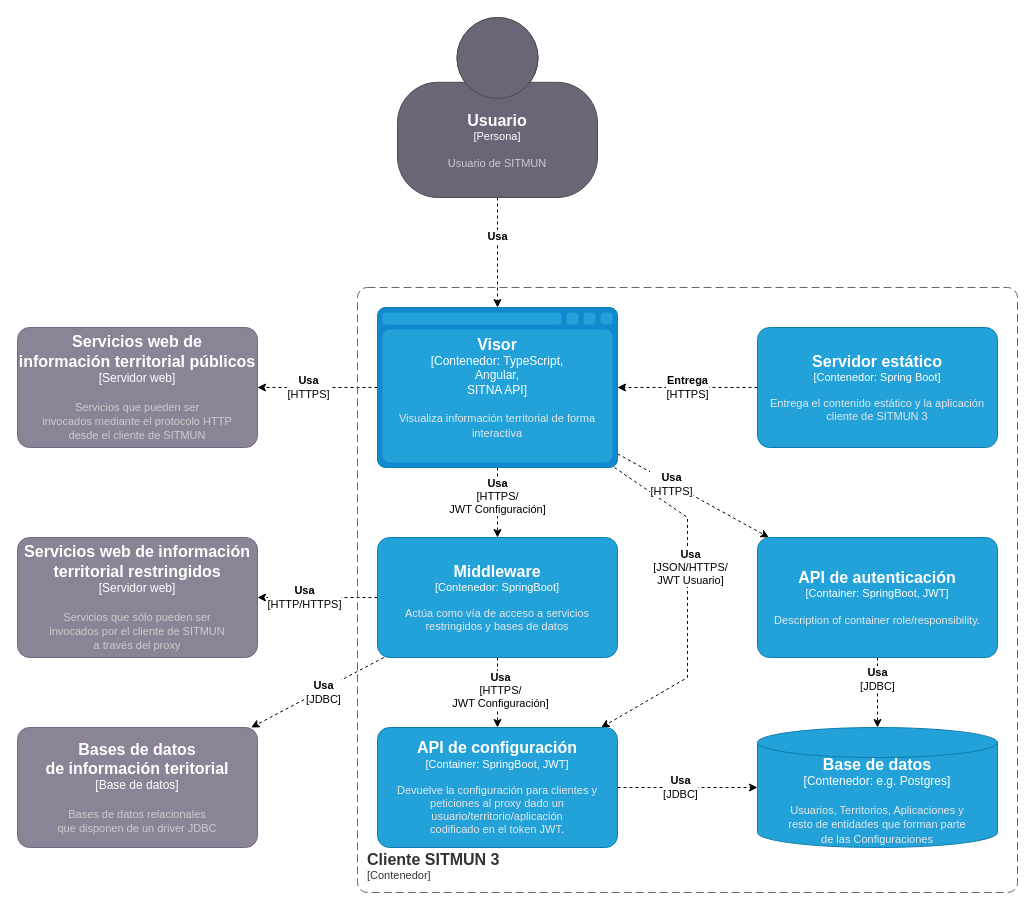
This is page "Contenedor Cliente SITMUN 3" (2 of 2) of req-tec/img/cliente-sitmun-3.drawio from sitmun/community, a draw.io file, before an edit. Source tidied: cells renumbered, new cells numbered last; positions are measured from the earlier drawing's top-left corner, leaving out a move shared by most shapes. Both pictures are drawn from the tidied source at 100%, with x=0, y=0 at pixel (17, 17).
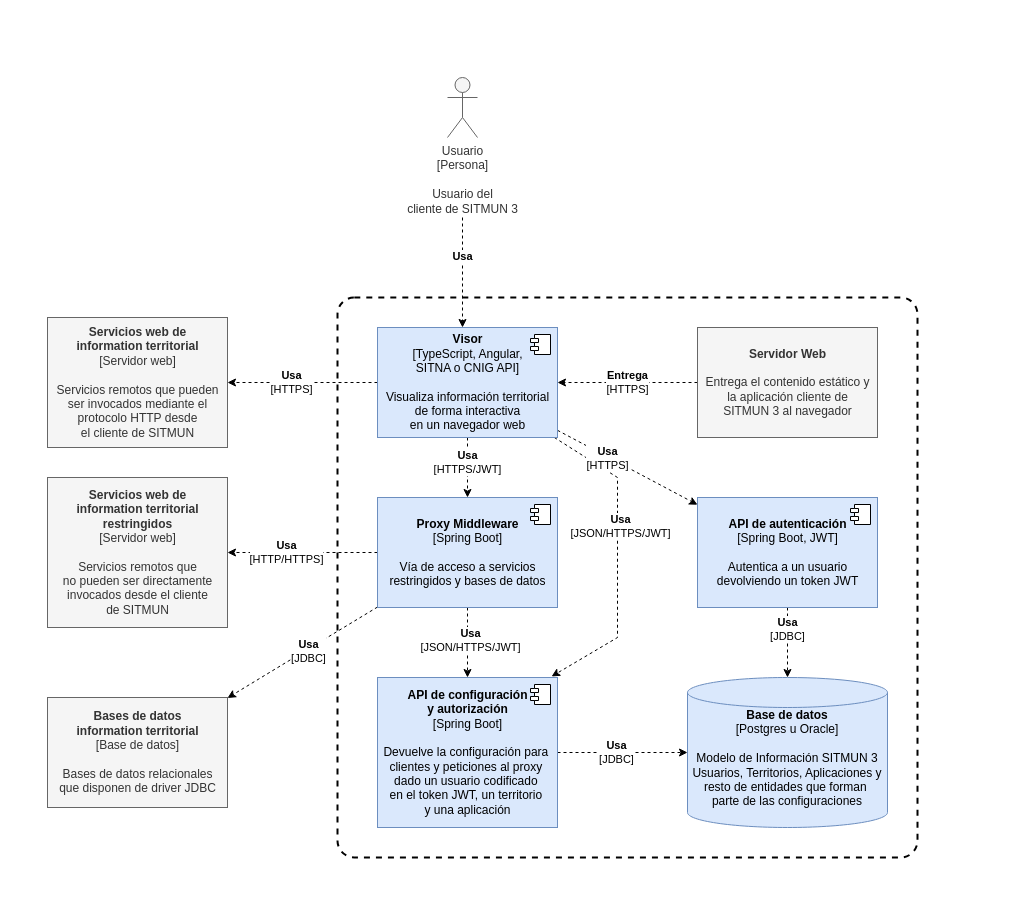
After the change.

Diff of the diagram source:
```diff
@@
-    <mxCell id="2" style="edgeStyle=none;rounded=0;jettySize=auto;html=1;dashed=1;" parent="1" edge="1" source="10" target="22">
+    <mxCell id="2" style="edgeStyle=none;rounded=0;jettySize=auto;html=1;dashed=1;entryX=0.967;entryY=-0.007;entryDx=0;entryDy=0;entryPerimeter=0;" parent="1" edge="1" source="36" target="43">
       <mxGeometry relative="1" as="geometry">
         <Array as="points">
-          <mxPoint x="670" y="500" />
-          <mxPoint x="670" y="660" />
+          <mxPoint x="600" y="460" />
+          <mxPoint x="600" y="620" />
         </Array>
       </mxGeometry>
     </mxCell>
-    <mxCell id="3" value="&lt;b&gt;Usa&lt;/b&gt;&lt;br&gt;[JSON/HTTPS/&lt;br&gt;JWT Usuario]" style="edgeLabel;html=1;align=center;verticalAlign=middle;" parent="2" vertex="1">
+    <mxCell id="3" value="&lt;b&gt;Usa&lt;/b&gt;&lt;br&gt;[JSON/HTTPS/JWT]" style="edgeLabel;html=1;align=center;verticalAlign=middle;" parent="2" vertex="1">
       <mxGeometry x="-0.21" y="2" relative="1" as="geometry" />
     </mxCell>
-    <mxCell id="4" style="edgeStyle=none;rounded=0;jettySize=auto;html=1;dashed=1;" parent="1" edge="1" source="10" target="17">
+    <mxCell id="4" style="edgeStyle=none;rounded=0;jettySize=auto;html=1;dashed=1;" parent="1" edge="1" source="36" target="41">
       <mxGeometry relative="1" as="geometry" />
     </mxCell>
-    <mxCell id="5" value="&lt;b&gt;Usa&lt;/b&gt;&lt;br&gt;[HTTPS/&lt;br&gt;JWT Configuración]" style="edgeLabel;html=1;align=center;verticalAlign=middle;" parent="4" vertex="1">
+    <mxCell id="5" value="&lt;b&gt;Usa&lt;/b&gt;&lt;br&gt;[HTTPS/JWT]" style="edgeLabel;html=1;align=center;verticalAlign=middle;" parent="4" vertex="1">
       <mxGeometry x="-0.19" y="-1" relative="1" as="geometry" />
     </mxCell>
-    <mxCell id="6" style="edgeStyle=none;rounded=0;jettySize=auto;html=1;dashed=1;" parent="1" edge="1" source="10" target="25">
+    <mxCell id="6" style="edgeStyle=none;rounded=0;jettySize=auto;html=1;dashed=1;" parent="1" edge="1" source="36" target="39">
       <mxGeometry relative="1" as="geometry" />
     </mxCell>
@@
-    <mxCell id="8" style="edgeStyle=none;rounded=0;jettySize=auto;html=1;dashed=1;" parent="1" edge="1" source="10" target="28">
+    <mxCell id="8" style="edgeStyle=none;rounded=0;jettySize=auto;html=1;dashed=1;" parent="1" edge="1" source="36" target="34">
       <mxGeometry relative="1" as="geometry" />
     </mxCell>
@@
-    <object id="10" label="&lt;font style=&quot;font-size: 16px&quot;&gt;&lt;b&gt;%c4Type%&lt;/b&gt;&lt;/font&gt;&lt;div&gt;[%c4Container%:&amp;nbsp;%c4Technology%]&lt;/div&gt;&lt;br&gt;&lt;div&gt;&lt;font style=&quot;font-size: 11px&quot;&gt;&lt;font color=&quot;#E6E6E6&quot;&gt;%c4Description%&lt;/font&gt;&lt;/div&gt;" c4Container="Contenedor" c4Description="Visualiza información territorial  de forma interactiva" c4Technology="TypeScript, &#10;Angular,&#10;SITNA API" c4Type="Visor" placeholders="1">
-      <mxCell style="shape=mxgraph.c4.webBrowserContainer2;whiteSpace=wrap;html=1;boundedLbl=1;rounded=0;labelBackgroundColor=none;strokeColor=#118ACD;fillColor=#23A2D9;strokeColor=#118ACD;strokeColor2=#0E7DAD;fontSize=12;fontColor=#ffffff;align=center;points=[[0.5,0,0],[1,0.25,0],[1,0.5,0],[1,0.75,0],[0.5,1,0],[0,0.75,0],[0,0.5,0],[0,0.25,0]];" parent="1" vertex="1">
-        <mxGeometry x="360" y="290" width="240" height="160" as="geometry" />
-      </mxCell>
-    </object>
-    <mxCell id="11" style="edgeStyle=none;rounded=0;jettySize=auto;html=1;dashed=1;" parent="1" edge="1" source="17" target="22">
+    <mxCell id="11" style="edgeStyle=none;rounded=0;jettySize=auto;html=1;dashed=1;" parent="1" edge="1" source="41" target="43">
       <mxGeometry relative="1" as="geometry" />
     </mxCell>
-    <mxCell id="12" value="&lt;b&gt;Usa&lt;/b&gt;&lt;br&gt;[HTTPS/&lt;br&gt;JWT Configuración]" style="edgeLabel;html=1;align=center;verticalAlign=middle;" parent="11" vertex="1">
+    <mxCell id="12" value="&lt;b&gt;Usa&lt;/b&gt;&lt;br&gt;[JSON/HTTPS/JWT]" style="edgeLabel;html=1;align=center;verticalAlign=middle;" parent="11" vertex="1">
       <mxGeometry x="-0.12" y="2" relative="1" as="geometry">
         <mxPoint y="1" as="offset" />
       </mxGeometry>
     </mxCell>
-    <mxCell id="13" style="edgeStyle=none;rounded=0;jettySize=auto;html=1;dashed=1;" parent="1" edge="1" source="17" target="27">
+    <mxCell id="13" style="edgeStyle=none;rounded=0;jettySize=auto;html=1;dashed=1;" parent="1" edge="1" source="41" target="46">
       <mxGeometry relative="1" as="geometry" />
     </mxCell>
@@
-    <mxCell id="15" style="edgeStyle=none;rounded=0;jettySize=auto;html=1;dashed=1;" parent="1" edge="1" source="17" target="29">
+    <mxCell id="15" style="edgeStyle=none;rounded=0;jettySize=auto;html=1;dashed=1;" parent="1" edge="1" source="41" target="47">
       <mxGeometry relative="1" as="geometry" />
     </mxCell>
@@
-    <object id="17" label="&lt;font style=&quot;font-size: 16px&quot;&gt;&lt;b&gt;%c4Name%&lt;/b&gt;&lt;/font&gt;&lt;div&gt;[%c4Type%: %c4Technology%]&lt;/div&gt;&lt;br&gt;&lt;div&gt;&lt;font style=&quot;font-size: 11px&quot;&gt;&lt;font color=&quot;#E6E6E6&quot;&gt;%c4Description%&lt;/font&gt;&lt;/div&gt;" c4Description="Actúa como vía de acceso a servicios restringidos y bases de datos" c4Name="Middleware" c4Technology="SpringBoot" c4Type="Contenedor" placeholders="1">
-      <mxCell style="rounded=1;whiteSpace=wrap;html=1;fontSize=11;labelBackgroundColor=none;fillColor=#23A2D9;fontColor=#ffffff;align=center;arcSize=10;strokeColor=#0E7DAD;points=[[0.25,0,0],[0.5,0,0],[0.75,0,0],[1,0.25,0],[1,0.5,0],[1,0.75,0],[0.75,1,0],[0.5,1,0],[0.25,1,0],[0,0.75,0],[0,0.5,0],[0,0.25,0]];" parent="1" vertex="1">
-        <mxGeometry x="360" y="520" width="240" height="120" as="geometry" />
-      </mxCell>
-    </object>
-    <mxCell id="18" value="&lt;b&gt;Entrega&lt;/b&gt;&lt;br&gt;[HTTPS]" style="edgeStyle=none;rounded=0;jettySize=auto;html=1;dashed=1;" parent="1" edge="1" source="19" target="10">
+    <mxCell id="18" value="&lt;b&gt;Entrega&lt;/b&gt;&lt;br&gt;[HTTPS]" style="edgeStyle=none;rounded=0;jettySize=auto;html=1;dashed=1;entryX=1;entryY=0.5;entryDx=0;entryDy=0;startArrow=none;" parent="1" edge="1" source="38" target="36">
       <mxGeometry relative="1" as="geometry" />
     </mxCell>
-    <object id="19" label="&lt;font style=&quot;font-size: 16px&quot;&gt;&lt;b&gt;%c4Name%&lt;/b&gt;&lt;/font&gt;&lt;div&gt;[%c4Type%: %c4Technology%]&lt;/div&gt;&lt;br&gt;&lt;div&gt;&lt;font style=&quot;font-size: 11px&quot;&gt;&lt;font color=&quot;#E6E6E6&quot;&gt;%c4Description%&lt;/font&gt;&lt;/div&gt;" c4Description="Entrega el contenido estático y la aplicación cliente de SITMUN 3" c4Name="Servidor estático" c4Technology="Spring Boot" c4Type="Contenedor" placeholders="1">
-      <mxCell style="rounded=1;whiteSpace=wrap;html=1;fontSize=11;labelBackgroundColor=none;fillColor=#23A2D9;fontColor=#ffffff;align=center;arcSize=10;strokeColor=#0E7DAD;points=[[0.25,0,0],[0.5,0,0],[0.75,0,0],[1,0.25,0],[1,0.5,0],[1,0.75,0],[0.75,1,0],[0.5,1,0],[0.25,1,0],[0,0.75,0],[0,0.5,0],[0,0.25,0]];" parent="1" vertex="1">
-        <mxGeometry x="740" y="310" width="240" height="120" as="geometry" />
-      </mxCell>
-    </object>
-    <mxCell id="20" style="edgeStyle=none;rounded=0;jettySize=auto;html=1;dashed=1;" parent="1" edge="1" source="22" target="26">
+    <mxCell id="20" style="edgeStyle=none;rounded=0;jettySize=auto;html=1;dashed=1;" parent="1" edge="1" source="43" target="45">
       <mxGeometry relative="1" as="geometry" />
     </mxCell>
@@
-    <object id="22" label="&lt;font style=&quot;font-size: 16px&quot;&gt;&lt;b&gt;%c4Name%&lt;/b&gt;&lt;/font&gt;&lt;div&gt;[%c4Type%: %c4Technology%]&lt;/div&gt;&lt;br&gt;&lt;div&gt;&lt;font style=&quot;font-size: 11px&quot;&gt;&lt;font color=&quot;#E6E6E6&quot;&gt;%c4Description%&lt;/font&gt;&lt;/div&gt;" c4Description="Devuelve la configuración para clientes y&#10;peticiones al proxy dado un&#10;usuario/territorio/aplicación &#10;codificado en el token JWT." c4Name="API de configuración" c4Technology="SpringBoot, JWT" c4Type="Container" placeholders="1">
-      <mxCell style="rounded=1;whiteSpace=wrap;html=1;fontSize=11;labelBackgroundColor=none;fillColor=#23A2D9;fontColor=#ffffff;align=center;arcSize=10;strokeColor=#0E7DAD;points=[[0.25,0,0],[0.5,0,0],[0.75,0,0],[1,0.25,0],[1,0.5,0],[1,0.75,0],[0.75,1,0],[0.5,1,0],[0.25,1,0],[0,0.75,0],[0,0.5,0],[0,0.25,0]];" parent="1" vertex="1">
-        <mxGeometry x="360" y="710" width="240" height="120" as="geometry" />
-      </mxCell>
-    </object>
-    <mxCell id="23" style="edgeStyle=none;rounded=0;jettySize=auto;html=1;dashed=1;" parent="1" edge="1" source="25" target="26">
+    <mxCell id="23" style="edgeStyle=none;rounded=0;jettySize=auto;html=1;dashed=1;" parent="1" edge="1" source="39" target="45">
       <mxGeometry relative="1" as="geometry" />
     </mxCell>
@@
-    <object id="25" label="&lt;font style=&quot;font-size: 16px&quot;&gt;&lt;b&gt;%c4Name%&lt;/b&gt;&lt;/font&gt;&lt;div&gt;[%c4Type%: %c4Technology%]&lt;/div&gt;&lt;br&gt;&lt;div&gt;&lt;font style=&quot;font-size: 11px&quot;&gt;&lt;font color=&quot;#E6E6E6&quot;&gt;%c4Description%&lt;/font&gt;&lt;/div&gt;" c4Description="Description of container role/responsibility." c4Name="API de autenticación" c4Technology="SpringBoot, JWT" c4Type="Container" placeholders="1">
-      <mxCell style="rounded=1;whiteSpace=wrap;html=1;fontSize=11;labelBackgroundColor=none;fillColor=#23A2D9;fontColor=#ffffff;align=center;arcSize=10;strokeColor=#0E7DAD;points=[[0.25,0,0],[0.5,0,0],[0.75,0,0],[1,0.25,0],[1,0.5,0],[1,0.75,0],[0.75,1,0],[0.5,1,0],[0.25,1,0],[0,0.75,0],[0,0.5,0],[0,0.25,0]];" parent="1" vertex="1">
-        <mxGeometry x="740" y="520" width="240" height="120" as="geometry" />
-      </mxCell>
-    </object>
-    <object id="26" label="&lt;font style=&quot;font-size: 16px&quot;&gt;&lt;b&gt;%c4Type%&lt;/b&gt;&lt;/font&gt;&lt;div&gt;[%c4Container%:&amp;nbsp;%c4Technology%]&lt;/div&gt;&lt;br&gt;&lt;div&gt;&lt;font style=&quot;font-size: 11px&quot;&gt;&lt;font color=&quot;#E6E6E6&quot;&gt;%c4Description%&lt;/font&gt;&lt;/div&gt;" c4Container="Contenedor" c4Description="Usuarios, Territorios, Aplicaciones y&#10;resto de entidades que forman parte &#10;de las Configuraciones" c4Technology="e.g. Postgres" c4Type="Base de datos" placeholders="1">
-      <mxCell style="shape=cylinder3;size=15;whiteSpace=wrap;html=1;boundedLbl=1;rounded=0;labelBackgroundColor=none;fillColor=#23A2D9;fontSize=12;fontColor=#ffffff;align=center;strokeColor=#0E7DAD;points=[[0.5,0,0],[1,0.25,0],[1,0.5,0],[1,0.75,0],[0.5,1,0],[0,0.75,0],[0,0.5,0],[0,0.25,0]];" parent="1" vertex="1">
-        <mxGeometry x="740" y="710" width="240" height="120" as="geometry" />
-      </mxCell>
-    </object>
-    <object id="27" label="&lt;font style=&quot;font-size: 16px&quot;&gt;&lt;b&gt;%c4Name%&lt;/b&gt;&lt;/font&gt;&lt;div&gt;[%c4Type%]&lt;/div&gt;&lt;br&gt;&lt;div&gt;&lt;font style=&quot;font-size: 11px&quot;&gt;&lt;font color=&quot;#cccccc&quot;&gt;%c4Description%&lt;/font&gt;&lt;/div&gt;" c4Description="Servicios que sólo pueden ser&#10;invocados por el cliente de SITMUN &#10;a través del proxy" c4Name="Servicios web de información&#10;territorial restringidos" c4Type="Servidor web" placeholders="1">
-      <mxCell style="rounded=1;whiteSpace=wrap;html=1;labelBackgroundColor=none;fillColor=#8C8496;fontColor=#ffffff;align=center;arcSize=10;strokeColor=#736782;points=[[0.25,0,0],[0.5,0,0],[0.75,0,0],[1,0.25,0],[1,0.5,0],[1,0.75,0],[0.75,1,0],[0.5,1,0],[0.25,1,0],[0,0.75,0],[0,0.5,0],[0,0.25,0]];" parent="1" vertex="1">
-        <mxGeometry y="520" width="240" height="120" as="geometry" />
-      </mxCell>
-    </object>
-    <object id="28" label="&lt;font style=&quot;font-size: 16px&quot;&gt;&lt;b&gt;%c4Name%&lt;/b&gt;&lt;/font&gt;&lt;div&gt;[%c4Type%]&lt;/div&gt;&lt;br&gt;&lt;div&gt;&lt;font style=&quot;font-size: 11px&quot;&gt;&lt;font color=&quot;#cccccc&quot;&gt;%c4Description%&lt;/font&gt;&lt;/div&gt;" c4Description="Servicios que pueden ser&#10;invocados mediante el protocolo HTTP &#10;desde el cliente de SITMUN" c4Name="Servicios web de &#10;información territorial públicos" c4Type="Servidor web" placeholders="1">
-      <mxCell style="rounded=1;whiteSpace=wrap;html=1;labelBackgroundColor=none;fillColor=#8C8496;fontColor=#ffffff;align=center;arcSize=10;strokeColor=#736782;points=[[0.25,0,0],[0.5,0,0],[0.75,0,0],[1,0.25,0],[1,0.5,0],[1,0.75,0],[0.75,1,0],[0.5,1,0],[0.25,1,0],[0,0.75,0],[0,0.5,0],[0,0.25,0]];" parent="1" vertex="1">
-        <mxGeometry y="310" width="240" height="120" as="geometry" />
-      </mxCell>
-    </object>
-    <object id="29" label="&lt;font style=&quot;font-size: 16px&quot;&gt;&lt;b&gt;%c4Name%&lt;/b&gt;&lt;/font&gt;&lt;div&gt;[%c4Type%]&lt;/div&gt;&lt;br&gt;&lt;div&gt;&lt;font style=&quot;font-size: 11px&quot;&gt;&lt;font color=&quot;#cccccc&quot;&gt;%c4Description%&lt;/font&gt;&lt;/div&gt;" c4Description="Bases de datos relacionales&#10;que disponen de un driver JDBC" c4Name="Bases de datos&#10;de información teritorial" c4Type="Base de datos" placeholders="1">
-      <mxCell style="rounded=1;whiteSpace=wrap;html=1;labelBackgroundColor=none;fillColor=#8C8496;fontColor=#ffffff;align=center;arcSize=10;strokeColor=#736782;points=[[0.25,0,0],[0.5,0,0],[0.75,0,0],[1,0.25,0],[1,0.5,0],[1,0.75,0],[0.75,1,0],[0.5,1,0],[0.25,1,0],[0,0.75,0],[0,0.5,0],[0,0.25,0]];" parent="1" vertex="1">
-        <mxGeometry y="710" width="240" height="120" as="geometry" />
-      </mxCell>
-    </object>
-    <mxCell id="30" style="edgeStyle=none;rounded=0;jettySize=auto;html=1;entryX=0.5;entryY=0;entryDx=0;entryDy=0;entryPerimeter=0;dashed=1;" parent="1" edge="1" source="32" target="10">
-      <mxGeometry relative="1" as="geometry" />
+    <mxCell id="30" style="edgeStyle=none;rounded=0;orthogonalLoop=1;jettySize=auto;html=1;entryX=0.5;entryY=0;entryDx=0;entryDy=0;entryPerimeter=0;dashed=1;" parent="1" edge="1">
+      <mxGeometry relative="1" as="geometry">
+        <mxPoint x="445" y="200" as="sourcePoint" />
+        <mxPoint x="445" y="310" as="targetPoint" />
+      </mxGeometry>
     </mxCell>
@@
-    <object id="32" label="&lt;font style=&quot;font-size: 16px&quot;&gt;&lt;b&gt;%c4Name%&lt;/b&gt;&lt;/font&gt;&lt;div&gt;[%c4Type%]&lt;/div&gt;&lt;br&gt;&lt;div&gt;&lt;font style=&quot;font-size: 11px&quot;&gt;&lt;font color=&quot;#cccccc&quot;&gt;%c4Description%&lt;/font&gt;&lt;/div&gt;" c4Description="Usuario de SITMUN" c4Name="Usuario" c4Type="Persona" placeholders="1">
-      <mxCell style="html=1;fontSize=11;dashed=0;whiteSpace=wrap;fillColor=#6C6477;strokeColor=#4D4D4D;fontColor=#ffffff;shape=mxgraph.c4.person2;align=center;points=[[0.5,0,0],[1,0.5,0],[1,0.75,0],[0.75,1,0],[0.5,1,0],[0.25,1,0],[0,0.75,0],[0,0.5,0]];" parent="1" vertex="1">
-        <mxGeometry x="380" width="200" height="180" as="geometry" />
-      </mxCell>
-    </object>
-    <object id="33" label="&lt;font style=&quot;font-size: 16px&quot;&gt;&lt;b&gt;&lt;div style=&quot;text-align: left&quot;&gt;%c4Name%&lt;/div&gt;&lt;/b&gt;&lt;/font&gt;&lt;div style=&quot;text-align: left&quot;&gt;[%c4Application%]&lt;/div&gt;" c4Application="Contenedor" c4Name="Cliente SITMUN 3" placeholders="1">
-      <mxCell style="rounded=1;fontSize=11;whiteSpace=wrap;html=1;dashed=1;arcSize=20;fillColor=none;strokeColor=#666666;fontColor=#333333;labelBackgroundColor=none;align=left;verticalAlign=bottom;labelBorderColor=none;spacingTop=0;spacing=10;dashPattern=8 4;perimeter=rectanglePerimeter;noLabel=0;labelPadding=0;absoluteArcSize=1;" parent="1" vertex="1">
-        <mxGeometry x="340" y="270" width="660" height="605" as="geometry" />
-      </mxCell>
-    </object>
+    <mxCell id="34" value="&lt;b&gt;Servicios web de &lt;br&gt;information territorial&lt;br&gt;&lt;/b&gt;[Servidor web]&lt;br&gt;&lt;br&gt;Servicios remotos que pueden&lt;br&gt;ser invocados mediante el &lt;br&gt;protocolo HTTP desde &lt;br&gt;el cliente de SITMUN" style="html=1;align=center;verticalAlign=middle;dashed=0;fillColor=#f5f5f5;strokeColor=#666666;fontColor=#333333;" parent="1" vertex="1">
+      <mxGeometry x="30" y="300" width="180" height="130" as="geometry" />
+    </mxCell>
+    <mxCell id="35" value="Usuario&lt;br&gt;[Persona]&lt;br&gt;&lt;br&gt;Usuario del &lt;br&gt;cliente de SITMUN 3" style="shape=umlActor;verticalLabelPosition=bottom;verticalAlign=top;html=1;fillColor=#f5f5f5;fontColor=#333333;strokeColor=#666666;" parent="1" vertex="1">
+      <mxGeometry x="430" y="60" width="30" height="60" as="geometry" />
+    </mxCell>
+    <mxCell id="36" value="&lt;b&gt;Visor&lt;/b&gt;&lt;br&gt;[TypeScript, Angular, &lt;br&gt;SITNA o CNIG API]&lt;br&gt;&lt;br&gt;Visualiza información territorial &lt;br&gt;de forma interactiva &lt;br&gt;en un navegador web" style="html=1;fillColor=#dae8fc;strokeColor=#6c8ebf;" parent="1" vertex="1">
+      <mxGeometry x="360" y="310" width="180" height="110" as="geometry" />
+    </mxCell>
+    <mxCell id="37" style="shape=module;jettyWidth=8;jettyHeight=4;" parent="36" vertex="1">
+      <mxGeometry x="1" width="20" height="20" relative="1" as="geometry">
+        <mxPoint x="-27" y="7" as="offset" />
+      </mxGeometry>
+    </mxCell>
+    <mxCell id="38" value="&lt;b style=&quot;border-color: var(--border-color);&quot;&gt;Servidor Web&lt;/b&gt;&lt;br style=&quot;border-color: var(--border-color);&quot;&gt;&lt;br style=&quot;border-color: var(--border-color);&quot;&gt;Entrega el contenido estático y&lt;br&gt;la aplicación cliente de &lt;br&gt;SITMUN 3 al navegador" style="html=1;fillColor=#f5f5f5;fontColor=#333333;strokeColor=#666666;" parent="1" vertex="1">
+      <mxGeometry x="680" y="310" width="180" height="110" as="geometry" />
+    </mxCell>
+    <mxCell id="39" value="&lt;b&gt;API de autenticación&lt;/b&gt;&lt;br&gt;[Spring Boot, JWT]&lt;br&gt;&lt;br&gt;Autentica a un usuario&lt;br&gt;devolviendo un token JWT" style="html=1;fillColor=#dae8fc;strokeColor=#6c8ebf;" parent="1" vertex="1">
+      <mxGeometry x="680" y="480" width="180" height="110" as="geometry" />
+    </mxCell>
+    <mxCell id="40" style="shape=module;jettyWidth=8;jettyHeight=4;" parent="39" vertex="1">
+      <mxGeometry x="1" width="20" height="20" relative="1" as="geometry">
+        <mxPoint x="-27" y="7" as="offset" />
+      </mxGeometry>
+    </mxCell>
+    <mxCell id="41" value="&lt;b&gt;Proxy Middleware&lt;/b&gt;&lt;br&gt;[Spring Boot]&lt;br&gt;&lt;br&gt;Vía de acceso a servicios &lt;br&gt;restringidos y bases de datos" style="html=1;fillColor=#dae8fc;strokeColor=#6c8ebf;" parent="1" vertex="1">
+      <mxGeometry x="360" y="480" width="180" height="110" as="geometry" />
+    </mxCell>
+    <mxCell id="42" style="shape=module;jettyWidth=8;jettyHeight=4;" parent="41" vertex="1">
+      <mxGeometry x="1" width="20" height="20" relative="1" as="geometry">
+        <mxPoint x="-27" y="7" as="offset" />
+      </mxGeometry>
+    </mxCell>
+    <mxCell id="43" value="&lt;b&gt;API de configuración &lt;br&gt;y autorización&lt;/b&gt;&lt;br&gt;[Spring Boot]&lt;br&gt;&lt;br&gt;&lt;div&gt;Devuelve la configuración para&amp;nbsp;&lt;/div&gt;&lt;div&gt;clientes y&amp;nbsp;&lt;span style=&quot;background-color: initial;&quot;&gt;peticiones al proxy&amp;nbsp;&lt;/span&gt;&lt;/div&gt;&lt;div&gt;&lt;span style=&quot;background-color: initial;&quot;&gt;dado un&amp;nbsp;&lt;/span&gt;&lt;span style=&quot;background-color: initial;&quot;&gt;usuario&amp;nbsp;&lt;/span&gt;&lt;span style=&quot;background-color: initial;&quot;&gt;codificado&amp;nbsp;&lt;/span&gt;&lt;/div&gt;&lt;div&gt;&lt;span style=&quot;background-color: initial;&quot;&gt;en el token JWT,&amp;nbsp;&lt;/span&gt;&lt;span style=&quot;background-color: initial;&quot;&gt;un territorio&amp;nbsp;&lt;/span&gt;&lt;/div&gt;&lt;div&gt;&lt;span style=&quot;background-color: initial;&quot;&gt;y una aplicación&lt;/span&gt;&lt;/div&gt;" style="html=1;fillColor=#dae8fc;strokeColor=#6c8ebf;" parent="1" vertex="1">
+      <mxGeometry x="360" y="660" width="180" height="150" as="geometry" />
+    </mxCell>
+    <mxCell id="44" style="shape=module;jettyWidth=8;jettyHeight=4;" parent="43" vertex="1">
+      <mxGeometry x="1" width="20" height="20" relative="1" as="geometry">
+        <mxPoint x="-27" y="7" as="offset" />
+      </mxGeometry>
+    </mxCell>
+    <mxCell id="45" value="&lt;b&gt;Base de datos&lt;/b&gt;&lt;br&gt;[Postgres u Oracle]&lt;br&gt;&lt;br&gt;&lt;div style=&quot;&quot;&gt;Modelo de Información SITMUN 3&lt;/div&gt;&lt;div style=&quot;&quot;&gt;Usuarios, Territorios, Aplicaciones y&lt;/div&gt;&lt;div style=&quot;&quot;&gt;&lt;div&gt;resto de entidades que forman&amp;nbsp;&lt;/div&gt;&lt;div&gt;parte&amp;nbsp;&lt;span style=&quot;background-color: initial;&quot;&gt;de las configuraciones&lt;/span&gt;&lt;/div&gt;&lt;/div&gt;&lt;div style=&quot;font-weight: bold;&quot;&gt;&lt;br&gt;&lt;/div&gt;" style="shape=cylinder3;whiteSpace=wrap;html=1;boundedLbl=1;backgroundOutline=1;size=15;fillColor=#dae8fc;strokeColor=#6c8ebf;" parent="1" vertex="1">
+      <mxGeometry x="670" y="660" width="200" height="150" as="geometry" />
+    </mxCell>
+    <mxCell id="46" value="&lt;b&gt;Servicios web de &lt;br&gt;information territorial&lt;br&gt;restringidos&lt;br&gt;&lt;/b&gt;[Servidor web]&lt;br&gt;&lt;br&gt;Servicios remotos que &lt;br&gt;no pueden ser directamente&lt;br&gt;invocados desde el cliente &lt;br&gt;de SITMUN" style="html=1;align=center;verticalAlign=middle;dashed=0;fillColor=#f5f5f5;strokeColor=#666666;fontColor=#333333;" parent="1" vertex="1">
+      <mxGeometry x="30" y="460" width="180" height="150" as="geometry" />
+    </mxCell>
+    <mxCell id="47" value="&lt;b&gt;Bases de datos&lt;br&gt;information territorial&lt;br&gt;&lt;/b&gt;[Base de datos]&lt;br&gt;&lt;br&gt;Bases de datos relacionales&lt;br&gt;que disponen de driver JDBC" style="html=1;align=center;verticalAlign=middle;dashed=0;fillColor=#f5f5f5;strokeColor=#666666;fontColor=#333333;" parent="1" vertex="1">
+      <mxGeometry x="30" y="680" width="180" height="110" as="geometry" />
+    </mxCell>
+    <mxCell id="48" style="rounded=1;whiteSpace=wrap;html=1;fillColor=none;dashed=1;strokeWidth=2;perimeterSpacing=4;arcSize=3;" parent="1" vertex="1">
+      <mxGeometry x="320" y="280" width="580" height="560" as="geometry" />
+    </mxCell>
```
